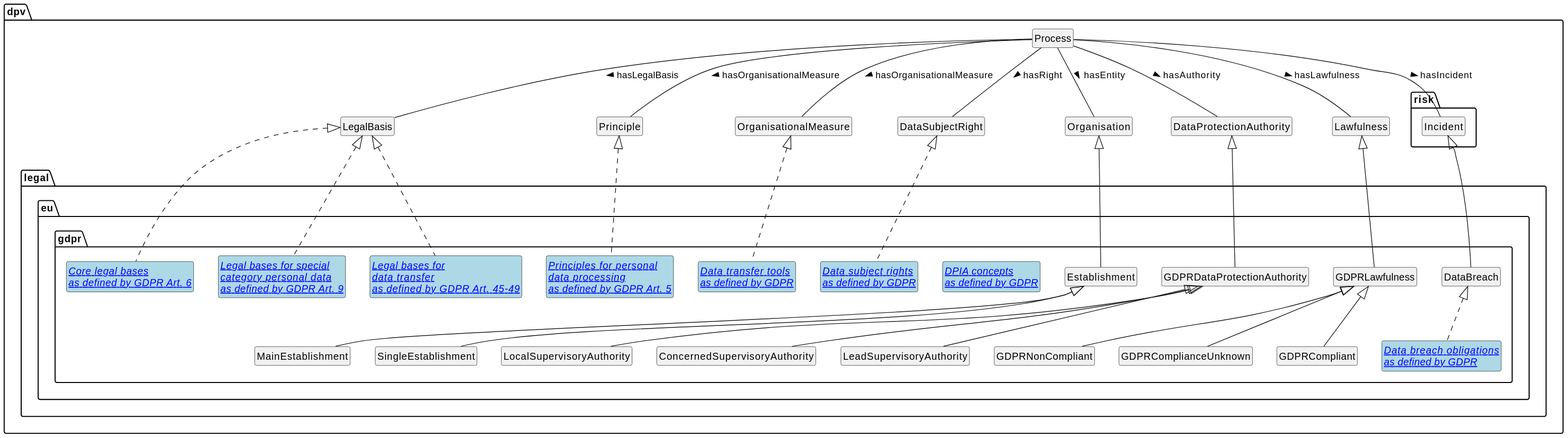
Before: 2.0/diagrams/gdpr_Overview.svg, a diagram exported from PlantUML (jeswr/dpv).
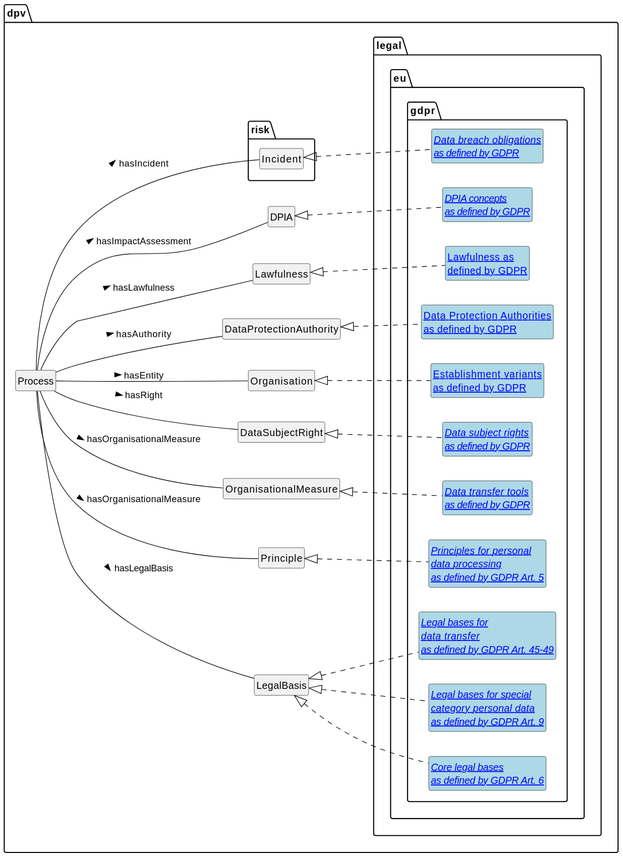
After the commit.

What changed in the source:
```diff
@@ -1,5 +1,7 @@
 @startuml
 !include style.plantuml
+left to right direction
+
 package dpv {
 	class Process
 	class LegalBasis
@@ -9,23 +11,23 @@
 	class Organisation
 	class DataProtectionAuthority
 	class Lawfulness
+	class Dpia as "DPIA"
 }
-
-Process -d- LegalBasis: hasLegalBasis >
-Process -d- OrganisationalMeasure: hasOrganisationalMeasure >
-Process -d- Principle: hasOrganisationalMeasure >
-Process -d- DataSubjectRight: hasRight >
-Process -d- Organisation: hasEntity >
-Process -d- Lawfulness: hasLawfulness >
-Process -d- dpv.DataProtectionAuthority: hasAuthority >
-
-
 
 package dpv.risk {
 	class Incident
 }
 
+Process -- LegalBasis: hasLegalBasis >
+Process -- OrganisationalMeasure: hasOrganisationalMeasure >
+Process -- Principle: hasOrganisationalMeasure >
+Process -- DataSubjectRight: hasRight >
+Process -- Organisation: hasEntity >
+Process -- Lawfulness: hasLawfulness >
+Process -- DataProtectionAuthority: hasAuthority >
+Process -- Dpia: hasImpactAssessment >
 Process -- Incident: hasIncident >
+
 
 package dpv.legal.eu.gdpr {
 	abstract class LegalBasesA6 as "[[../legal/eu/gdpr/index.html#vocab-legal-basis-core Core legal bases\nas defined by GDPR Art. 6]]" #LightBlue
@@ -34,41 +36,22 @@
 	abstract class PrinciplesA5 as "[[../legal/eu/gdpr/index.html#vocab-principles Principles for personal\ndata processing\nas defined by GDPR Art. 5]]" #LightBlue
 	abstract class DataSubjectRightsGDPR as "[[../legal/eu/gdpr/index.html#vocab-rights Data subject rights\nas defined by GDPR]]" #LightBlue
 	abstract class DataTransferToolsGDPR as "[[../legal/eu/gdpr/index.html#vocab-data-transfers Data transfer tools\nas defined by GDPR]]" #LightBlue
-	abstract class DataProtectionImpactAssessment as "[[../legal/eu/gdpr/index.html#vocab-dpia DPIA concepts\nas defined by GDPR]]" #LightBlue
+	abstract class GdprDpia as "[[../legal/eu/gdpr/index.html#vocab-dpia DPIA concepts\nas defined by GDPR]]" #LightBlue
 	abstract class DataBreachObligations as "[[../legal/eu/gdpr/index.html#vocab-data-breach Data breach obligations\nas defined by GDPR]]" #LightBlue
-	class DataBreach
-	class Establishment
-	class MainEstablishment
-	class SingleEstablishment
-	class GdprDataProtectionAuthority as "GDPRDataProtectionAuthority"
-	class ConcernedSupervisoryAuthority
-	class LeadSupervisoryAuthority
-	class LocalSupervisoryAuthority
-	class GDPRLawfulness
-	class GDPRComplianceUnknown
-	class GDPRCompliant
-	class GDPRNonCompliant
+	class Establishment as "[[../legal/eu/gdpr/index.html#vocab-entities-establishment Establishment variants\nas defined by GDPR]]" #LightBlue
+	class GdprDataProtectionAuthority as "[[../legal/eu/gdpr/index.html#vocab-entities-authorities Data Protection Authorities\nas defined by GDPR]]" #LightBlue
+	class GDPRLawfulness as "[[../legal/eu/gdpr/index.html#vocab-compliance Lawfulness as\ndefined by GDPR]]" #LightBlue
 }
+
+Principle <|-[dashed]- PrinciplesA5
+DataSubjectRight <|-[dashed]- DataSubjectRightsGDPR
+OrganisationalMeasure <|-[dashed]- DataTransferToolsGDPR
+Incident <|-[dashed]- DataBreachObligations
+Organisation <|-[dashed]- Establishment
+DataProtectionAuthority <|-[dashed]- GdprDataProtectionAuthority
+Lawfulness <|-[dashed]- GDPRLawfulness
+Dpia <|-[dashed]- GdprDpia
 LegalBasis <|-[dashed]- LegalBasesA6
 LegalBasis <|-[dashed]- LegalBasesSpecialA9
 LegalBasis <|-[dashed]- LegalBasesDataTransfersA45_49
-Principle <|-[dashed]- PrinciplesA5
-DataSubjectRight <|-[dashed]- DataSubjectRightsGDPR
-OrganisationalMeasure <|-[dashed]- DataTransferToolsGDPR
-Incident <|-- DataBreach
-DataBreach <|-[dashed]- DataBreachObligations
-
-Organisation <|-d- Establishment
-Establishment <|-- MainEstablishment
-Establishment <|-- SingleEstablishment
-
-DataProtectionAuthority <|-- GdprDataProtectionAuthority
-GdprDataProtectionAuthority <|-- ConcernedSupervisoryAuthority
-GdprDataProtectionAuthority <|-- LeadSupervisoryAuthority
-GdprDataProtectionAuthority <|-- LocalSupervisoryAuthority
-
-Lawfulness <|-- GDPRLawfulness
-GDPRLawfulness <|-- GDPRComplianceUnknown
-GDPRLawfulness <|-- GDPRCompliant
-GDPRLawfulness <|-- GDPRNonCompliant
 @enduml
```
